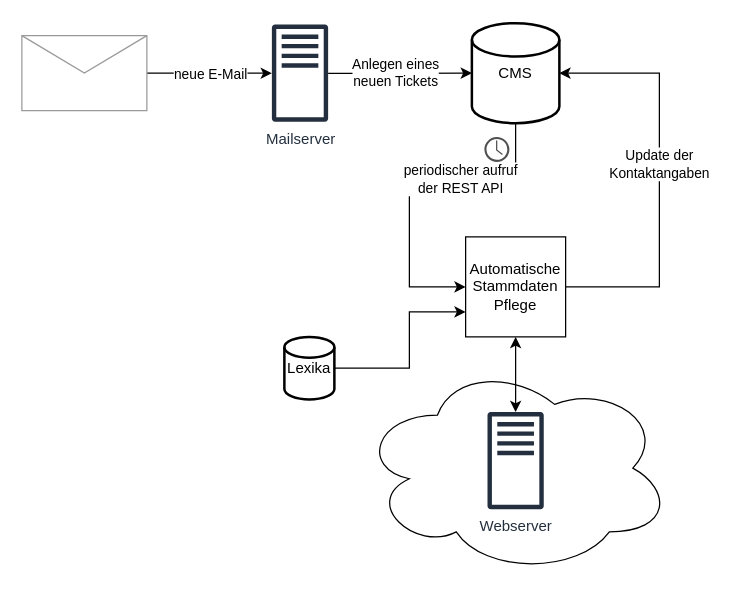
Before: doc/Ablaufdiagramm.drawio in supertoub/bachelorarbeit, a draw.io diagram. Source tidied: cells renumbered, new cells numbered last; positions are measured from the earlier drawing's top-left corner, leaving out a move shared by most shapes. Both pictures are drawn from the tidied source at 125%, with x=0, y=0 at pixel (21, 22).
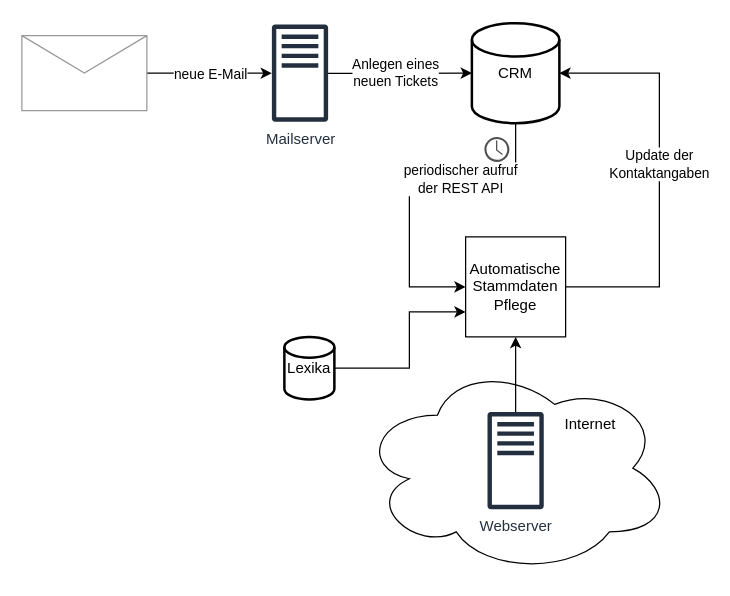
Above is the later version.

The change refers to these unchanged cells:
```xml
<mxCell id="14" value="Automatische&lt;br&gt;Stammdaten&lt;br&gt;Pflege" style="whiteSpace=wrap;html=1;" parent="1" vertex="1">
  <mxGeometry x="355" y="171" width="80" height="80" as="geometry" />
</mxCell>
<mxCell id="17" value="Webserver" style="outlineConnect=0;fontColor=#232F3E;gradientColor=none;fillColor=#232F3E;strokeColor=none;dashed=0;verticalLabelPosition=bottom;verticalAlign=top;align=center;html=1;fontSize=12;fontStyle=0;shape=mxgraph.aws4.traditional_server;" parent="1" vertex="1">
  <mxGeometry x="372.5" y="311" width="45" height="78" as="geometry" />
</mxCell>
```

Change to the diagram source:
```diff
@@
-    <mxCell id="11" value="CMS" style="strokeWidth=2;html=1;shape=mxgraph.flowchart.database;whiteSpace=wrap;" parent="1" vertex="1">
+    <mxCell id="11" value="CRM" style="strokeWidth=2;html=1;shape=mxgraph.flowchart.database;whiteSpace=wrap;" parent="1" vertex="1">
       <mxGeometry x="360" width="70" height="80" as="geometry" />
     </mxCell>
@@
-    <mxCell id="16" style="edgeStyle=orthogonalEdgeStyle;rounded=0;jettySize=auto;html=1;startArrow=classic;startFill=1;" parent="1" edge="1" source="17" target="14">
+    <mxCell id="16" style="edgeStyle=orthogonalEdgeStyle;rounded=0;jettySize=auto;html=1;startArrow=none;startFill=0;" parent="1" edge="1" source="17" target="14">
       <mxGeometry relative="1" as="geometry" />
     </mxCell>
@@
+    <mxCell id="20" value="Internet" style="text;html=1;strokeColor=none;fillColor=none;align=center;verticalAlign=middle;whiteSpace=wrap;rounded=0;" parent="1" vertex="1">
+      <mxGeometry x="435" y="311" width="40" height="20" as="geometry" />
+    </mxCell>
```
